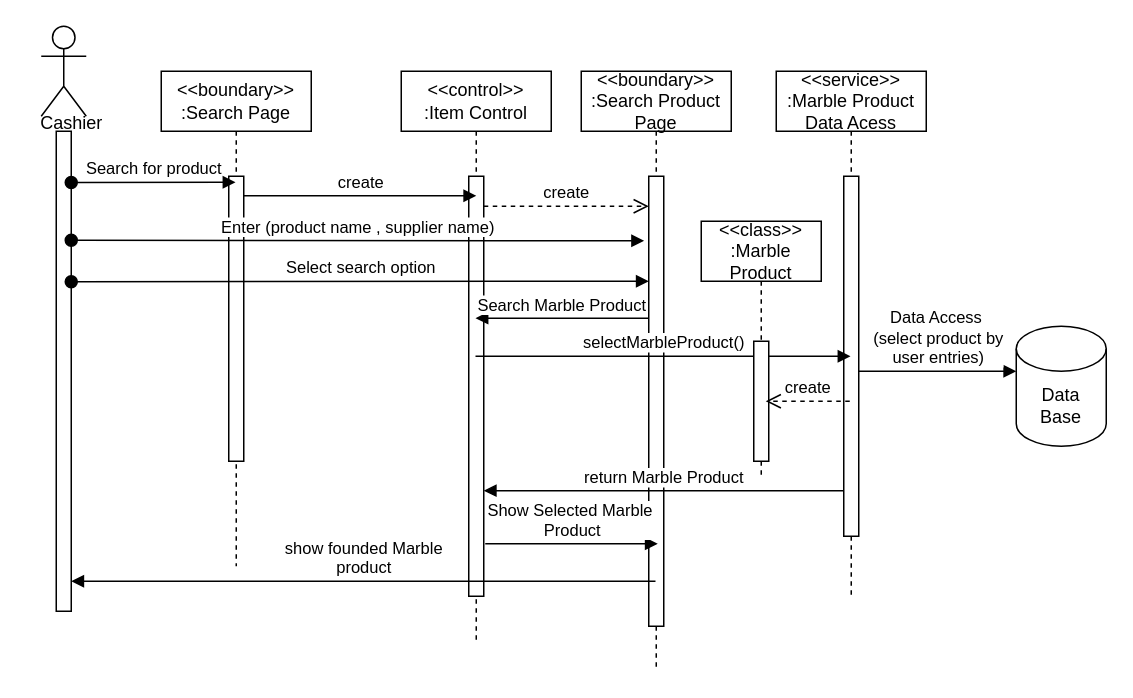
This is Untitled Diagram.drawio from MohammadJarrar1201726/SoftwareDiagrams, a draw.io file, before an edit. Source tidied: cells renumbered, new cells numbered last; positions are measured from the earlier drawing's top-left corner, leaving out a move shared by most shapes. Both pictures are drawn from the tidied source at 150%, with x=0, y=0 at pixel (26, 26).
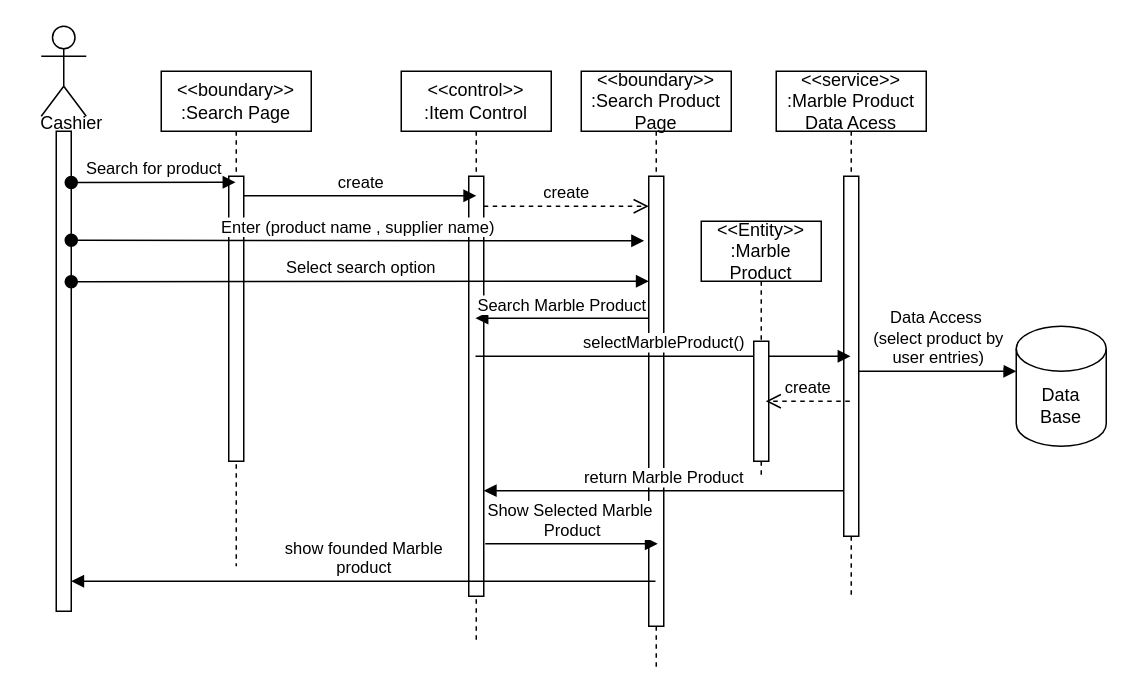
After the change.

Change to the diagram source:
```diff
@@
-    <mxCell id="22" value="&lt;div&gt;&amp;lt;&amp;lt;class&amp;gt;&amp;gt;&lt;/div&gt;:Marble&lt;br&gt;Product" style="shape=umlLifeline;perimeter=lifelinePerimeter;whiteSpace=wrap;html=1;newEdgeStyle={&quot;edgeStyle&quot;:&quot;elbowEdgeStyle&quot;,&quot;elbow&quot;:&quot;vertical&quot;,&quot;curved&quot;:0,&quot;rounded&quot;:0};" parent="1" vertex="1">
+    <mxCell id="22" value="&lt;div&gt;&amp;lt;&amp;lt;Entity&amp;gt;&amp;gt;&lt;/div&gt;:Marble&lt;br&gt;Product" style="shape=umlLifeline;perimeter=lifelinePerimeter;whiteSpace=wrap;html=1;newEdgeStyle={&quot;edgeStyle&quot;:&quot;elbowEdgeStyle&quot;,&quot;elbow&quot;:&quot;vertical&quot;,&quot;curved&quot;:0,&quot;rounded&quot;:0};" parent="1" vertex="1">
       <mxGeometry x="450" y="130" width="80" height="170" as="geometry" />
     </mxCell>
```
